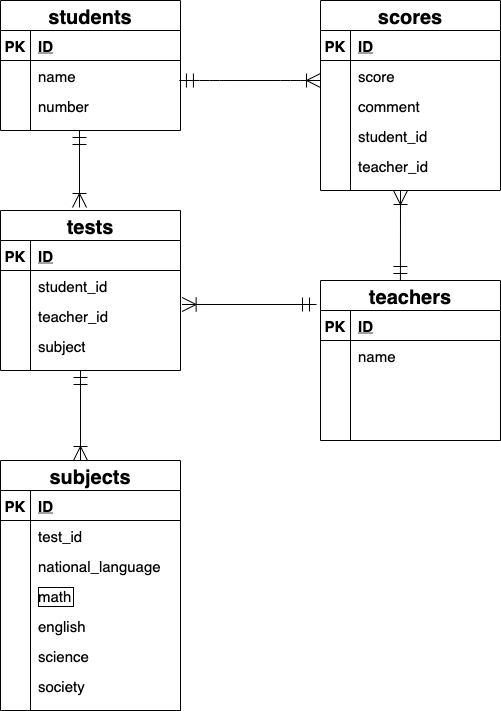
Before: index.drawio.png, a diagram exported from draw.io (FujiiMarie/ER). Source tidied: cells renumbered, new cells last; positions are measured from the earlier drawing's top-left corner, leaving out a move shared by most shapes.
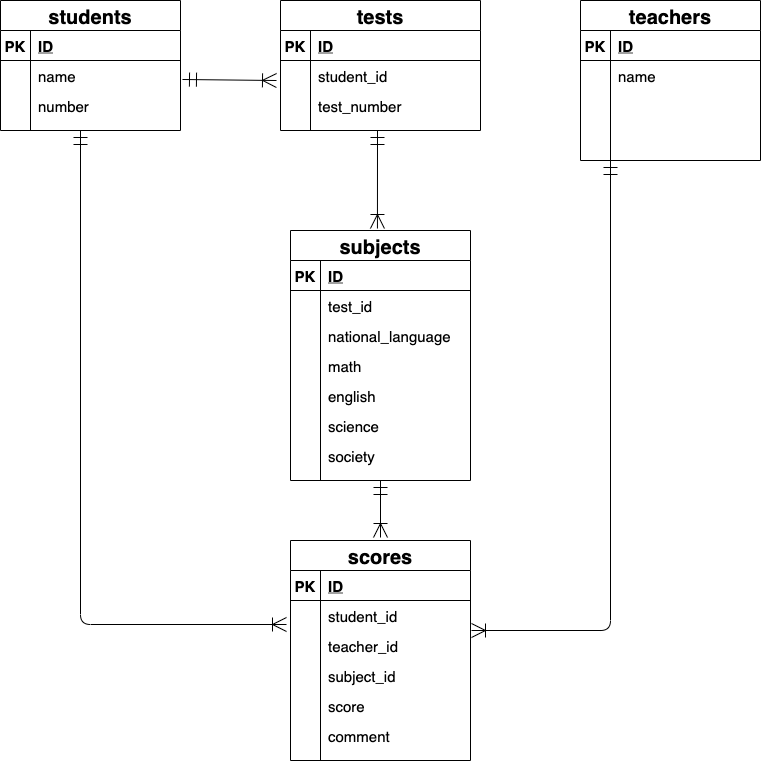
Later version of the same file.

Change to the diagram source:
```diff
@@ -3,7 +3,7 @@
     <mxCell id="0" />
     <mxCell id="1" parent="0" />
     <mxCell id="2" value="students" style="shape=table;startSize=30;rowLines=0;fontStyle=1;align=center;fontSize=20;" parent="1" vertex="1">
-      <mxGeometry width="180" height="130" as="geometry" />
+      <mxGeometry y="40" width="180" height="130" as="geometry" />
     </mxCell>
     <mxCell id="3" style="shape=partialRectangle;fillColor=none;top=0;left=0;bottom=1;right=0;" parent="2" vertex="1">
       <mxGeometry y="30" width="180" height="30" as="geometry" />
@@ -33,94 +33,37 @@
       <mxGeometry x="30" width="150" height="30" as="geometry" />
     </mxCell>
     <mxCell id="12" value="tests" style="shape=table;startSize=30;rowLines=0;fontStyle=1;align=center;fontSize=20;" parent="1" vertex="1">
-      <mxGeometry y="210" width="180" height="160" as="geometry" />
+      <mxGeometry x="280" y="40" width="200" height="130" as="geometry" />
     </mxCell>
     <mxCell id="13" style="shape=partialRectangle;fillColor=none;top=0;left=0;bottom=1;right=0;" parent="12" vertex="1">
-      <mxGeometry y="30" width="180" height="30" as="geometry" />
+      <mxGeometry y="30" width="200" height="30" as="geometry" />
     </mxCell>
     <mxCell id="14" value="PK" style="shape=partialRectangle;fillColor=none;top=0;left=0;bottom=0;right=0;fontStyle=1;overflow=hidden;fontSize=15;" parent="13" vertex="1">
       <mxGeometry width="30" height="30" as="geometry" />
     </mxCell>
     <mxCell id="15" value="ID" style="shape=partialRectangle;fillColor=none;top=0;left=0;bottom=0;right=0;align=left;spacingLeft=6;fontStyle=5;overflow=hidden;fontSize=15;" parent="13" vertex="1">
-      <mxGeometry x="30" width="150" height="30" as="geometry" />
+      <mxGeometry x="30" width="170" height="30" as="geometry" />
     </mxCell>
     <mxCell id="16" style="shape=partialRectangle;fillColor=none;top=0;left=0;bottom=0;right=0;points=[[0,0.5],[1,0.5]];portConstraint=eastwest;" parent="12" vertex="1">
-      <mxGeometry y="60" width="180" height="30" as="geometry" />
+      <mxGeometry y="60" width="200" height="30" as="geometry" />
     </mxCell>
     <mxCell id="17" style="shape=partialRectangle;fillColor=none;top=0;left=0;bottom=0;right=0;overflow=hidden;" parent="16" vertex="1">
       <mxGeometry width="30" height="30" as="geometry" />
     </mxCell>
     <mxCell id="18" value="student_id" style="shape=partialRectangle;fillColor=none;top=0;left=0;bottom=0;right=0;align=left;spacingLeft=6;overflow=hidden;fontSize=15;" parent="16" vertex="1">
-      <mxGeometry x="30" width="150" height="30" as="geometry" />
+      <mxGeometry x="30" width="170" height="30" as="geometry" />
     </mxCell>
-    <mxCell id="19" style="shape=partialRectangle;fillColor=none;top=0;left=0;bottom=0;right=0;points=[[0,0.5],[1,0.5]];portConstraint=eastwest;" parent="12" vertex="1">
-      <mxGeometry y="90" width="180" height="30" as="geometry" />
-    </mxCell>
-    <mxCell id="20" style="shape=partialRectangle;fillColor=none;top=0;left=0;bottom=0;right=0;overflow=hidden;" parent="19" vertex="1">
-      <mxGeometry width="30" height="30" as="geometry" />
-    </mxCell>
-    <mxCell id="21" value="teacher_id" style="shape=partialRectangle;fillColor=none;top=0;left=0;bottom=0;right=0;align=left;spacingLeft=6;overflow=hidden;fontSize=15;" parent="19" vertex="1">
-      <mxGeometry x="30" width="150" height="30" as="geometry" />
-    </mxCell>
-    <mxCell id="22" style="shape=partialRectangle;fillColor=none;top=0;left=0;bottom=0;right=0;" parent="12" vertex="1">
-      <mxGeometry y="120" width="180" height="30" as="geometry" />
-    </mxCell>
-    <mxCell id="23" style="shape=partialRectangle;fillColor=none;top=0;left=0;bottom=0;right=0;overflow=hidden;" parent="22" vertex="1">
-      <mxGeometry width="30" height="30" as="geometry" />
-    </mxCell>
-    <mxCell id="24" value="subject" style="shape=partialRectangle;fillColor=none;top=0;left=0;bottom=0;right=0;align=left;spacingLeft=6;overflow=hidden;fontSize=15;" parent="22" vertex="1">
-      <mxGeometry x="30" width="150" height="30" as="geometry" />
-    </mxCell>
-    <mxCell id="25" value="scores" style="shape=table;startSize=30;rowLines=0;fontStyle=1;align=center;fontSize=20;" parent="1" vertex="1">
-      <mxGeometry x="320" width="180" height="190" as="geometry" />
-    </mxCell>
-    <mxCell id="26" style="shape=partialRectangle;fillColor=none;top=0;left=0;bottom=1;right=0;" parent="25" vertex="1">
-      <mxGeometry y="30" width="180" height="30" as="geometry" />
-    </mxCell>
-    <mxCell id="27" value="PK" style="shape=partialRectangle;fillColor=none;top=0;left=0;bottom=0;right=0;fontStyle=1;overflow=hidden;fontSize=15;" parent="26" vertex="1">
-      <mxGeometry width="30" height="30" as="geometry" />
-    </mxCell>
-    <mxCell id="28" value="ID" style="shape=partialRectangle;fillColor=none;top=0;left=0;bottom=0;right=0;align=left;spacingLeft=6;fontStyle=5;overflow=hidden;fontSize=15;" parent="26" vertex="1">
-      <mxGeometry x="30" width="150" height="30" as="geometry" />
-    </mxCell>
-    <mxCell id="29" style="shape=partialRectangle;fillColor=none;top=0;left=0;bottom=0;right=0;" parent="25" vertex="1">
-      <mxGeometry y="60" width="180" height="30" as="geometry" />
-    </mxCell>
-    <mxCell id="30" style="shape=partialRectangle;fillColor=none;top=0;left=0;bottom=0;right=0;overflow=hidden;" parent="29" vertex="1">
-      <mxGeometry width="30" height="30" as="geometry" />
-    </mxCell>
-    <mxCell id="31" value="score" style="shape=partialRectangle;fillColor=none;top=0;left=0;bottom=0;right=0;align=left;spacingLeft=6;overflow=hidden;fontSize=15;" parent="29" vertex="1">
-      <mxGeometry x="30" width="150" height="30" as="geometry" />
-    </mxCell>
-    <mxCell id="32" style="shape=partialRectangle;fillColor=none;top=0;left=0;bottom=0;right=0;" parent="25" vertex="1">
-      <mxGeometry y="90" width="180" height="30" as="geometry" />
-    </mxCell>
-    <mxCell id="33" style="shape=partialRectangle;fillColor=none;top=0;left=0;bottom=0;right=0;overflow=hidden;" parent="32" vertex="1">
-      <mxGeometry width="30" height="30" as="geometry" />
-    </mxCell>
-    <mxCell id="34" value="comment" style="shape=partialRectangle;fillColor=none;top=0;left=0;bottom=0;right=0;align=left;spacingLeft=6;overflow=hidden;fontSize=15;" parent="32" vertex="1">
-      <mxGeometry x="30" width="150" height="30" as="geometry" />
-    </mxCell>
-    <mxCell id="35" style="shape=partialRectangle;fillColor=none;top=0;left=0;bottom=0;right=0;" parent="25" vertex="1">
-      <mxGeometry y="120" width="180" height="30" as="geometry" />
-    </mxCell>
-    <mxCell id="36" style="shape=partialRectangle;fillColor=none;top=0;left=0;bottom=0;right=0;overflow=hidden;" parent="35" vertex="1">
-      <mxGeometry width="30" height="30" as="geometry" />
-    </mxCell>
-    <mxCell id="37" value="student_id" style="shape=partialRectangle;fillColor=none;top=0;left=0;bottom=0;right=0;align=left;spacingLeft=6;overflow=hidden;fontSize=15;" parent="35" vertex="1">
-      <mxGeometry x="30" width="150" height="30" as="geometry" />
-    </mxCell>
-    <mxCell id="38" style="shape=partialRectangle;fillColor=none;top=0;left=0;bottom=0;right=0;" parent="25" vertex="1">
-      <mxGeometry y="150" width="180" height="30" as="geometry" />
-    </mxCell>
-    <mxCell id="39" style="shape=partialRectangle;fillColor=none;top=0;left=0;bottom=0;right=0;overflow=hidden;" parent="38" vertex="1">
-      <mxGeometry width="30" height="30" as="geometry" />
-    </mxCell>
-    <mxCell id="40" value="teacher_id" style="shape=partialRectangle;fillColor=none;top=0;left=0;bottom=0;right=0;align=left;spacingLeft=6;overflow=hidden;fontSize=15;" parent="38" vertex="1">
-      <mxGeometry x="30" width="150" height="30" as="geometry" />
-    </mxCell>
+    <mxCell id="81" style="shape=partialRectangle;fillColor=none;top=0;left=0;bottom=0;right=0;" parent="12" vertex="1">
+      <mxGeometry y="90" width="200" height="30" as="geometry" />
+    </mxCell>
+    <mxCell id="82" style="shape=partialRectangle;fillColor=none;top=0;left=0;bottom=0;right=0;overflow=hidden;" parent="81" vertex="1">
+      <mxGeometry width="30" height="30" as="geometry" />
+    </mxCell>
+    <mxCell id="83" value="test_number" style="shape=partialRectangle;fillColor=none;top=0;left=0;bottom=0;right=0;align=left;spacingLeft=6;overflow=hidden;fontSize=15;" parent="81" vertex="1">
+      <mxGeometry x="30" width="170" height="30" as="geometry" />
+    </mxCell>
     <mxCell id="41" value="teachers" style="shape=table;startSize=30;rowLines=0;fontStyle=1;align=center;fontSize=20;" parent="1" vertex="1">
-      <mxGeometry x="320" y="280" width="180" height="160" as="geometry" />
+      <mxGeometry x="580" y="40" width="180" height="160" as="geometry" />
     </mxCell>
     <mxCell id="42" style="shape=partialRectangle;fillColor=none;top=0;left=0;bottom=1;right=0;" parent="41" vertex="1">
       <mxGeometry y="30" width="180" height="30" as="geometry" />
@@ -158,29 +101,11 @@
     <mxCell id="53" style="shape=partialRectangle;fillColor=none;top=0;left=0;bottom=0;right=0;align=left;spacingLeft=6;overflow=hidden;" parent="51" vertex="1">
       <mxGeometry x="30" width="150" height="30" as="geometry" />
     </mxCell>
-    <mxCell id="54" style="edgeStyle=entityRelationEdgeStyle;fontSize=12;html=1;endArrow=ERoneToMany;startArrow=ERmandOne;startSize=12;endSize=12;exitX=0.994;exitY=0.667;exitDx=0;exitDy=0;exitPerimeter=0;" parent="1" edge="1" source="6">
-      <mxGeometry relative="1" as="geometry">
-        <mxPoint x="320" y="80" as="targetPoint" />
-      </mxGeometry>
-    </mxCell>
-    <mxCell id="55" style="fontSize=12;html=1;endArrow=ERoneToMany;startArrow=ERmandOne;startSize=12;endSize=12;" parent="1" edge="1">
-      <mxGeometry relative="1" as="geometry">
-        <mxPoint x="79" y="130" as="sourcePoint" />
-        <mxPoint x="79" y="207" as="targetPoint" />
-      </mxGeometry>
+    <mxCell id="55" style="fontSize=12;html=1;endArrow=ERoneToMany;startArrow=ERmandOne;startSize=12;endSize=12;exitX=1.011;exitY=0.633;exitDx=0;exitDy=0;exitPerimeter=0;entryX=-0.02;entryY=0.667;entryDx=0;entryDy=0;entryPerimeter=0;" parent="1" edge="1" source="6" target="16">
+      <mxGeometry relative="1" as="geometry" />
     </mxCell>
-    <mxCell id="56" style="fontSize=12;html=1;endArrow=ERoneToMany;startArrow=ERmandOne;startSize=12;endSize=12;entryX=1.009;entryY=0.133;entryDx=0;entryDy=0;entryPerimeter=0;" parent="1" edge="1" target="19">
-      <mxGeometry relative="1" as="geometry">
-        <mxPoint x="316" y="304" as="sourcePoint" />
-      </mxGeometry>
-    </mxCell>
-    <mxCell id="57" style="fontSize=12;html=1;endArrow=ERoneToMany;startArrow=ERmandOne;startSize=12;endSize=12;exitX=0.444;exitY=0;exitDx=0;exitDy=0;exitPerimeter=0;" parent="1" edge="1" source="41">
-      <mxGeometry relative="1" as="geometry">
-        <mxPoint x="400" y="190" as="targetPoint" />
-      </mxGeometry>
-    </mxCell>
     <mxCell id="58" value="subjects" style="shape=table;startSize=30;rowLines=0;fontStyle=1;align=center;fontSize=20;" parent="1" vertex="1">
-      <mxGeometry y="460" width="180" height="250" as="geometry" />
+      <mxGeometry x="290" y="270" width="180" height="250" as="geometry" />
     </mxCell>
     <mxCell id="59" style="shape=partialRectangle;fillColor=none;top=0;left=0;bottom=1;right=0;" parent="58" vertex="1">
       <mxGeometry y="30" width="180" height="30" as="geometry" />
@@ -191,31 +116,31 @@
     <mxCell id="61" value="ID" style="shape=partialRectangle;fillColor=none;top=0;left=0;bottom=0;right=0;align=left;spacingLeft=6;fontStyle=5;overflow=hidden;fontSize=15;" parent="59" vertex="1">
       <mxGeometry x="30" width="150" height="30" as="geometry" />
     </mxCell>
-    <mxCell id="62" style="shape=partialRectangle;fillColor=none;top=0;left=0;bottom=0;right=0;" parent="58" vertex="1">
-      <mxGeometry y="60" width="180" height="30" as="geometry" />
-    </mxCell>
-    <mxCell id="63" style="shape=partialRectangle;fillColor=none;top=0;left=0;bottom=0;right=0;overflow=hidden;" parent="62" vertex="1">
-      <mxGeometry width="30" height="30" as="geometry" />
-    </mxCell>
-    <mxCell id="64" value="test_id" style="shape=partialRectangle;fillColor=none;top=0;left=0;bottom=0;right=0;align=left;spacingLeft=6;overflow=hidden;fontSize=15;" parent="62" vertex="1">
-      <mxGeometry x="30" width="150" height="30" as="geometry" />
-    </mxCell>
     <mxCell id="65" style="shape=partialRectangle;fillColor=none;top=0;left=0;bottom=0;right=0;" parent="58" vertex="1">
-      <mxGeometry y="90" width="180" height="30" as="geometry" />
+      <mxGeometry y="60" width="180" height="30" as="geometry" />
     </mxCell>
     <mxCell id="66" style="shape=partialRectangle;fillColor=none;top=0;left=0;bottom=0;right=0;overflow=hidden;" parent="65" vertex="1">
       <mxGeometry width="30" height="30" as="geometry" />
     </mxCell>
-    <mxCell id="67" value="national_language" style="shape=partialRectangle;fillColor=none;top=0;left=0;bottom=0;right=0;align=left;spacingLeft=6;overflow=hidden;fontSize=15;" parent="65" vertex="1">
+    <mxCell id="67" value="test_id" style="shape=partialRectangle;fillColor=none;top=0;left=0;bottom=0;right=0;align=left;spacingLeft=6;overflow=hidden;fontSize=15;" parent="65" vertex="1">
       <mxGeometry x="30" width="150" height="30" as="geometry" />
     </mxCell>
+    <mxCell id="84" style="shape=partialRectangle;fillColor=none;top=0;left=0;bottom=0;right=0;" parent="58" vertex="1">
+      <mxGeometry y="90" width="180" height="30" as="geometry" />
+    </mxCell>
+    <mxCell id="85" style="shape=partialRectangle;fillColor=none;top=0;left=0;bottom=0;right=0;overflow=hidden;" parent="84" vertex="1">
+      <mxGeometry width="30" height="30" as="geometry" />
+    </mxCell>
+    <mxCell id="86" value="national_language" style="shape=partialRectangle;fillColor=none;top=0;left=0;bottom=0;right=0;align=left;spacingLeft=6;overflow=hidden;fontSize=15;" parent="84" vertex="1">
+      <mxGeometry x="30" width="150" height="30" as="geometry" />
+    </mxCell>
     <mxCell id="68" style="shape=partialRectangle;fillColor=none;top=0;left=0;bottom=0;right=0;" parent="58" vertex="1">
       <mxGeometry y="120" width="180" height="30" as="geometry" />
     </mxCell>
     <mxCell id="69" style="shape=partialRectangle;fillColor=none;top=0;left=0;bottom=0;right=0;overflow=hidden;" parent="68" vertex="1">
       <mxGeometry width="30" height="30" as="geometry" />
     </mxCell>
-    <mxCell id="70" value="math" style="shape=partialRectangle;fillColor=none;top=0;left=0;bottom=0;right=0;align=left;spacingLeft=6;overflow=hidden;fontSize=15;labelBorderColor=#000000;" parent="68" vertex="1">
+    <mxCell id="70" value="math" style="shape=partialRectangle;fillColor=none;top=0;left=0;bottom=0;right=0;align=left;spacingLeft=6;overflow=hidden;fontSize=15;labelBorderColor=none;" parent="68" vertex="1">
       <mxGeometry x="30" width="150" height="30" as="geometry" />
     </mxCell>
     <mxCell id="71" style="shape=partialRectangle;fillColor=none;top=0;left=0;bottom=0;right=0;" parent="58" vertex="1">
@@ -245,11 +170,91 @@
     <mxCell id="79" value="society" style="shape=partialRectangle;fillColor=none;top=0;left=0;bottom=0;right=0;align=left;spacingLeft=6;overflow=hidden;fontSize=15;" parent="77" vertex="1">
       <mxGeometry x="30" width="150" height="30" as="geometry" />
     </mxCell>
-    <mxCell id="80" style="fontSize=12;html=1;endArrow=ERoneToMany;startArrow=ERmandOne;startSize=12;endSize=12;" parent="1" edge="1">
+    <mxCell id="80" style="fontSize=12;html=1;endArrow=ERoneToMany;startArrow=ERmandOne;startSize=12;endSize=12;entryX=0.483;entryY=-0.008;entryDx=0;entryDy=0;entryPerimeter=0;" parent="1" edge="1" target="58">
       <mxGeometry relative="1" as="geometry">
-        <mxPoint x="80" y="370" as="sourcePoint" />
-        <mxPoint x="80" y="460" as="targetPoint" />
+        <mxPoint x="377" y="170" as="sourcePoint" />
       </mxGeometry>
     </mxCell>
+    <mxCell id="87" style="fontSize=12;html=1;endArrow=ERoneToMany;startArrow=ERmandOne;startSize=12;endSize=12;endFill=0;" parent="1" edge="1">
+      <mxGeometry relative="1" as="geometry">
+        <mxPoint x="610" y="200" as="sourcePoint" />
+        <mxPoint x="471" y="670" as="targetPoint" />
+        <Array as="points">
+          <mxPoint x="610" y="670" />
+        </Array>
+      </mxGeometry>
+    </mxCell>
+    <mxCell id="25" value="scores" style="shape=table;startSize=30;rowLines=0;fontStyle=1;align=center;fontSize=20;" parent="1" vertex="1">
+      <mxGeometry x="290" y="580" width="180" height="220" as="geometry" />
+    </mxCell>
+    <mxCell id="26" style="shape=partialRectangle;fillColor=none;top=0;left=0;bottom=1;right=0;" parent="25" vertex="1">
+      <mxGeometry y="30" width="180" height="30" as="geometry" />
+    </mxCell>
+    <mxCell id="27" value="PK" style="shape=partialRectangle;fillColor=none;top=0;left=0;bottom=0;right=0;fontStyle=1;overflow=hidden;fontSize=15;" parent="26" vertex="1">
+      <mxGeometry width="30" height="30" as="geometry" />
+    </mxCell>
+    <mxCell id="28" value="ID" style="shape=partialRectangle;fillColor=none;top=0;left=0;bottom=0;right=0;align=left;spacingLeft=6;fontStyle=5;overflow=hidden;fontSize=15;" parent="26" vertex="1">
+      <mxGeometry x="30" width="150" height="30" as="geometry" />
+    </mxCell>
+    <mxCell id="88" style="shape=partialRectangle;fillColor=none;top=0;left=0;bottom=0;right=0;" parent="25" vertex="1">
+      <mxGeometry y="60" width="180" height="30" as="geometry" />
+    </mxCell>
+    <mxCell id="89" style="shape=partialRectangle;fillColor=none;top=0;left=0;bottom=0;right=0;overflow=hidden;" parent="88" vertex="1">
+      <mxGeometry width="30" height="30" as="geometry" />
+    </mxCell>
+    <mxCell id="37" value="student_id" style="shape=partialRectangle;fillColor=none;top=0;left=0;bottom=0;right=0;align=left;spacingLeft=6;overflow=hidden;fontSize=15;" parent="88" vertex="1">
+      <mxGeometry x="30" width="150" height="30" as="geometry" />
+    </mxCell>
+    <mxCell id="90" style="shape=partialRectangle;fillColor=none;top=0;left=0;bottom=0;right=0;" parent="25" vertex="1">
+      <mxGeometry y="90" width="180" height="30" as="geometry" />
+    </mxCell>
+    <mxCell id="91" style="shape=partialRectangle;fillColor=none;top=0;left=0;bottom=0;right=0;overflow=hidden;" parent="90" vertex="1">
+      <mxGeometry width="30" height="30" as="geometry" />
+    </mxCell>
+    <mxCell id="92" value="teacher_id" style="shape=partialRectangle;fillColor=none;top=0;left=0;bottom=0;right=0;align=left;spacingLeft=6;overflow=hidden;fontSize=15;" parent="90" vertex="1">
+      <mxGeometry x="30" width="150" height="30" as="geometry" />
+    </mxCell>
+    <mxCell id="93" style="shape=partialRectangle;fillColor=none;top=0;left=0;bottom=0;right=0;" parent="25" vertex="1">
+      <mxGeometry y="120" width="180" height="30" as="geometry" />
+    </mxCell>
+    <mxCell id="94" style="shape=partialRectangle;fillColor=none;top=0;left=0;bottom=0;right=0;overflow=hidden;" parent="93" vertex="1">
+      <mxGeometry width="30" height="30" as="geometry" />
+    </mxCell>
+    <mxCell id="95" value="subject_id" style="shape=partialRectangle;fillColor=none;top=0;left=0;bottom=0;right=0;align=left;spacingLeft=6;overflow=hidden;fontSize=15;" parent="93" vertex="1">
+      <mxGeometry x="30" width="150" height="30" as="geometry" />
+    </mxCell>
+    <mxCell id="38" style="shape=partialRectangle;fillColor=none;top=0;left=0;bottom=0;right=0;" parent="25" vertex="1">
+      <mxGeometry y="150" width="180" height="30" as="geometry" />
+    </mxCell>
+    <mxCell id="96" style="shape=partialRectangle;fillColor=none;top=0;left=0;bottom=0;right=0;overflow=hidden;" parent="38" vertex="1">
+      <mxGeometry width="30" height="30" as="geometry" />
+    </mxCell>
+    <mxCell id="31" value="score" style="shape=partialRectangle;fillColor=none;top=0;left=0;bottom=0;right=0;align=left;spacingLeft=6;overflow=hidden;fontSize=15;" parent="38" vertex="1">
+      <mxGeometry x="30" width="150" height="30" as="geometry" />
+    </mxCell>
+    <mxCell id="97" style="shape=partialRectangle;fillColor=none;top=0;left=0;bottom=0;right=0;" parent="25" vertex="1">
+      <mxGeometry y="180" width="180" height="30" as="geometry" />
+    </mxCell>
+    <mxCell id="98" style="shape=partialRectangle;fillColor=none;top=0;left=0;bottom=0;right=0;overflow=hidden;" parent="97" vertex="1">
+      <mxGeometry width="30" height="30" as="geometry" />
+    </mxCell>
+    <mxCell id="34" value="comment" style="shape=partialRectangle;fillColor=none;top=0;left=0;bottom=0;right=0;align=left;spacingLeft=6;overflow=hidden;fontSize=15;" parent="97" vertex="1">
+      <mxGeometry x="30" width="150" height="30" as="geometry" />
+    </mxCell>
+    <mxCell id="99" style="fontSize=12;html=1;endArrow=ERoneToMany;startArrow=ERmandOne;startSize=12;endSize=12;" parent="1" edge="1">
+      <mxGeometry relative="1" as="geometry">
+        <mxPoint x="80" y="170" as="sourcePoint" />
+        <mxPoint x="286" y="664" as="targetPoint" />
+        <Array as="points">
+          <mxPoint x="80" y="664" />
+        </Array>
+      </mxGeometry>
+    </mxCell>
+    <mxCell id="100" style="fontSize=12;html=1;endArrow=ERoneToMany;startArrow=ERmandOne;strokeWidth=1;endSize=12;startSize=12;endFill=0;" parent="1" edge="1">
+      <mxGeometry relative="1" as="geometry">
+        <mxPoint x="380" y="520" as="sourcePoint" />
+        <mxPoint x="380" y="577" as="targetPoint" />
+      </mxGeometry>
+    </mxCell>
   </root>
 </mxGraphModel>
```
